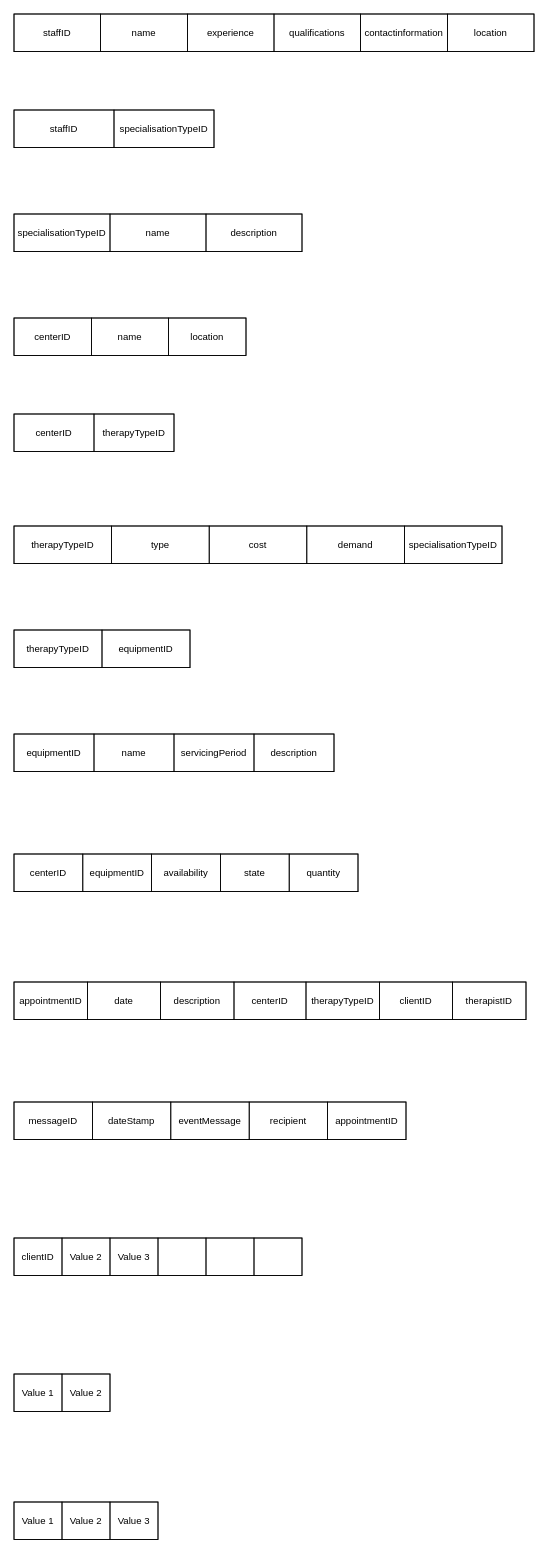
GreenFella/databaseclass keeps this draw.io diagram as RelationalSchemaASS3a.drawio. Above is the earlier version. Source tidied: cells renumbered, new cells numbered last; positions are measured from the earlier drawing's top-left corner, leaving out a move shared by most shapes. Both pictures are drawn from the tidied source at 80%, with x=0, y=0 at pixel (14, 14).
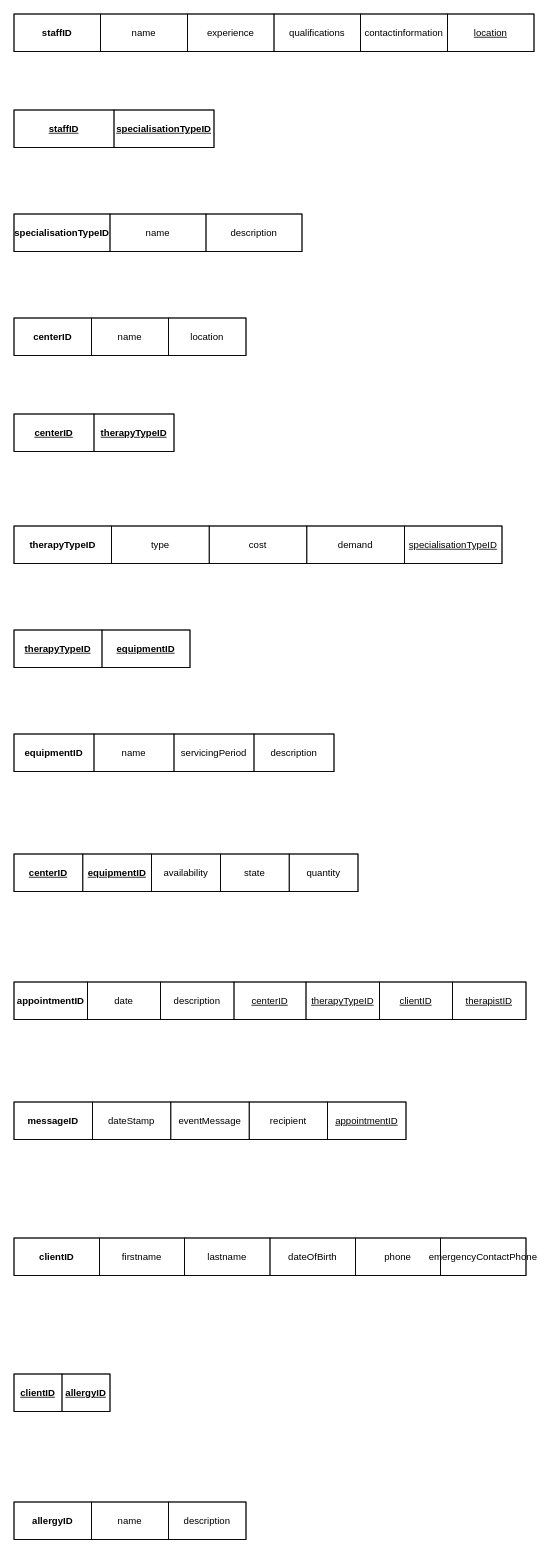
After the change.

The change refers to these unchanged cells:
```xml
<mxCell id="3" style="shape=tableRow;horizontal=0;startSize=0;swimlaneHead=0;swimlaneBody=0;top=0;left=0;bottom=0;right=0;fontStyle=0;fillColor=none;strokeColor=inherit;" parent="2" vertex="1">
  <mxGeometry width="650" height="47" as="geometry" />
</mxCell>
<mxCell id="11" style="shape=tableRow;horizontal=0;startSize=0;swimlaneHead=0;swimlaneBody=0;top=0;left=0;bottom=0;right=0;fontStyle=0;fillColor=none;strokeColor=inherit;" parent="10" vertex="1">
  <mxGeometry width="250" height="47" as="geometry" />
</mxCell>
<mxCell id="15" style="shape=tableRow;horizontal=0;startSize=0;swimlaneHead=0;swimlaneBody=0;top=0;left=0;bottom=0;right=0;fontStyle=0;fillColor=none;strokeColor=inherit;" parent="14" vertex="1">
  <mxGeometry width="360" height="47" as="geometry" />
</mxCell>
<mxCell id="20" style="shape=tableRow;horizontal=0;startSize=0;swimlaneHead=0;swimlaneBody=0;top=0;left=0;bottom=0;right=0;fontStyle=0;fillColor=none;strokeColor=inherit;" parent="19" vertex="1">
  <mxGeometry width="290" height="47" as="geometry" />
</mxCell>
<mxCell id="25" style="shape=tableRow;horizontal=0;startSize=0;swimlaneHead=0;swimlaneBody=0;top=0;left=0;bottom=0;right=0;fontStyle=0;fillColor=none;strokeColor=inherit;" parent="24" vertex="1">
  <mxGeometry width="200" height="47" as="geometry" />
</mxCell>
<mxCell id="29" style="shape=tableRow;horizontal=0;startSize=0;swimlaneHead=0;swimlaneBody=0;top=0;left=0;bottom=0;right=0;fontStyle=0;fillColor=none;strokeColor=inherit;" parent="28" vertex="1">
  <mxGeometry width="610" height="47" as="geometry" />
</mxCell>
<mxCell id="36" style="shape=tableRow;horizontal=0;startSize=0;swimlaneHead=0;swimlaneBody=0;top=0;left=0;bottom=0;right=0;fontStyle=0;fillColor=none;strokeColor=inherit;" parent="35" vertex="1">
  <mxGeometry width="220" height="47" as="geometry" />
</mxCell>
<mxCell id="45" style="shape=tableRow;horizontal=0;startSize=0;swimlaneHead=0;swimlaneBody=0;top=0;left=0;bottom=0;right=0;fontStyle=0;fillColor=none;strokeColor=inherit;" parent="44" vertex="1">
  <mxGeometry width="120" height="47" as="geometry" />
</mxCell>
<mxCell id="49" style="shape=tableRow;horizontal=0;startSize=0;swimlaneHead=0;swimlaneBody=0;top=0;left=0;bottom=0;right=0;fontStyle=0;fillColor=none;strokeColor=inherit;" parent="48" vertex="1">
  <mxGeometry width="400" height="47" as="geometry" />
</mxCell>
<mxCell id="55" style="shape=tableRow;horizontal=0;startSize=0;swimlaneHead=0;swimlaneBody=0;top=0;left=0;bottom=0;right=0;fontStyle=0;fillColor=none;strokeColor=inherit;" parent="54" vertex="1">
  <mxGeometry width="430" height="47" as="geometry" />
</mxCell>
<mxCell id="62" style="shape=tableRow;horizontal=0;startSize=0;swimlaneHead=0;swimlaneBody=0;top=0;left=0;bottom=0;right=0;fontStyle=0;fillColor=none;strokeColor=inherit;" parent="61" vertex="1">
  <mxGeometry width="640" height="47" as="geometry" />
</mxCell>
<mxCell id="71" style="shape=tableRow;horizontal=0;startSize=0;swimlaneHead=0;swimlaneBody=0;top=0;left=0;bottom=0;right=0;fontStyle=0;fillColor=none;strokeColor=inherit;" parent="70" vertex="1">
  <mxGeometry width="490" height="47" as="geometry" />
</mxCell>
```

What changed in the source:
```diff
@@
-    <mxCell id="4" value="staffID" style="strokeColor=inherit;fillColor=none;align=center;whiteSpace=wrap;html=1;" parent="3" vertex="1">
+    <mxCell id="4" value="&lt;b&gt;staffID&lt;/b&gt;" style="strokeColor=inherit;fillColor=none;align=center;whiteSpace=wrap;html=1;" parent="3" vertex="1">
       <mxGeometry width="108" height="47" as="geometry" />
     </mxCell>
@@
-    <mxCell id="9" value="location" style="strokeColor=inherit;fillColor=none;align=center;whiteSpace=wrap;html=1;" parent="3" vertex="1">
+    <mxCell id="9" value="&lt;u&gt;location&lt;/u&gt;" style="strokeColor=inherit;fillColor=none;align=center;whiteSpace=wrap;html=1;" parent="3" vertex="1">
       <mxGeometry x="542" width="108" height="47" as="geometry" />
     </mxCell>
@@
-    <mxCell id="12" value="staffID" style="strokeColor=inherit;fillColor=none;align=center;whiteSpace=wrap;html=1;" parent="11" vertex="1">
+    <mxCell id="12" value="&lt;b&gt;&lt;u&gt;staffID&lt;/u&gt;&lt;/b&gt;" style="strokeColor=inherit;fillColor=none;align=center;whiteSpace=wrap;html=1;" parent="11" vertex="1">
       <mxGeometry width="125" height="47" as="geometry" />
     </mxCell>
-    <mxCell id="13" value="specialisationTypeID" style="strokeColor=inherit;fillColor=none;align=center;whiteSpace=wrap;html=1;" parent="11" vertex="1">
+    <mxCell id="13" value="&lt;b&gt;&lt;u&gt;specialisationTypeID&lt;/u&gt;&lt;/b&gt;" style="strokeColor=inherit;fillColor=none;align=center;whiteSpace=wrap;html=1;" parent="11" vertex="1">
       <mxGeometry x="125" width="125" height="47" as="geometry" />
     </mxCell>
@@
-    <mxCell id="16" value="specialisationTypeID" style="strokeColor=inherit;fillColor=none;align=center;whiteSpace=wrap;html=1;" parent="15" vertex="1">
+    <mxCell id="16" value="&lt;b&gt;specialisationTypeID&lt;/b&gt;" style="strokeColor=inherit;fillColor=none;align=center;whiteSpace=wrap;html=1;" parent="15" vertex="1">
       <mxGeometry width="120" height="47" as="geometry" />
     </mxCell>
@@
-    <mxCell id="21" value="centerID" style="strokeColor=inherit;fillColor=none;align=center;whiteSpace=wrap;html=1;" parent="20" vertex="1">
+    <mxCell id="21" value="&lt;b&gt;centerID&lt;/b&gt;" style="strokeColor=inherit;fillColor=none;align=center;whiteSpace=wrap;html=1;" parent="20" vertex="1">
       <mxGeometry width="97" height="47" as="geometry" />
     </mxCell>
@@
-    <mxCell id="26" value="centerID" style="strokeColor=inherit;fillColor=none;align=center;whiteSpace=wrap;html=1;" parent="25" vertex="1">
+    <mxCell id="26" value="&lt;b&gt;&lt;u&gt;centerID&lt;/u&gt;&lt;/b&gt;" style="strokeColor=inherit;fillColor=none;align=center;whiteSpace=wrap;html=1;" parent="25" vertex="1">
       <mxGeometry width="100" height="47" as="geometry" />
     </mxCell>
-    <mxCell id="27" value="therapyTypeID" style="strokeColor=inherit;fillColor=none;align=center;whiteSpace=wrap;html=1;" parent="25" vertex="1">
+    <mxCell id="27" value="&lt;b&gt;&lt;u&gt;therapyTypeID&lt;/u&gt;&lt;/b&gt;" style="strokeColor=inherit;fillColor=none;align=center;whiteSpace=wrap;html=1;" parent="25" vertex="1">
       <mxGeometry x="100" width="100" height="47" as="geometry" />
     </mxCell>
@@
-    <mxCell id="30" value="therapyTypeID" style="strokeColor=inherit;fillColor=none;align=center;whiteSpace=wrap;html=1;" parent="29" vertex="1">
+    <mxCell id="30" value="&lt;b&gt;therapyTypeID&lt;/b&gt;" style="strokeColor=inherit;fillColor=none;align=center;whiteSpace=wrap;html=1;" parent="29" vertex="1">
       <mxGeometry width="122" height="47" as="geometry" />
     </mxCell>
@@
-    <mxCell id="34" value="specialisationTypeID" style="strokeColor=inherit;fillColor=none;align=center;whiteSpace=wrap;html=1;" parent="29" vertex="1">
+    <mxCell id="34" value="&lt;u&gt;specialisationTypeID&lt;/u&gt;" style="strokeColor=inherit;fillColor=none;align=center;whiteSpace=wrap;html=1;" parent="29" vertex="1">
       <mxGeometry x="488" width="122" height="47" as="geometry" />
     </mxCell>
@@
-    <mxCell id="37" value="therapyTypeID" style="strokeColor=inherit;fillColor=none;align=center;whiteSpace=wrap;html=1;" parent="36" vertex="1">
+    <mxCell id="37" value="&lt;b&gt;&lt;u&gt;therapyTypeID&lt;/u&gt;&lt;/b&gt;" style="strokeColor=inherit;fillColor=none;align=center;whiteSpace=wrap;html=1;" parent="36" vertex="1">
       <mxGeometry width="110" height="47" as="geometry" />
     </mxCell>
-    <mxCell id="38" value="equipmentID" style="strokeColor=inherit;fillColor=none;align=center;whiteSpace=wrap;html=1;" parent="36" vertex="1">
+    <mxCell id="38" value="&lt;b&gt;&lt;u&gt;equipmentID&lt;/u&gt;&lt;/b&gt;" style="strokeColor=inherit;fillColor=none;align=center;whiteSpace=wrap;html=1;" parent="36" vertex="1">
       <mxGeometry x="110" width="110" height="47" as="geometry" />
     </mxCell>
     <mxCell id="39" style="childLayout=tableLayout;shadow=0;fillColor=none;" parent="1" vertex="1">
-      <mxGeometry y="1860" width="180" height="47" as="geometry" />
+      <mxGeometry y="1860" width="290" height="47" as="geometry" />
     </mxCell>
     <mxCell id="40" style="shape=tableRow;horizontal=0;startSize=0;swimlaneHead=0;swimlaneBody=0;top=0;left=0;bottom=0;right=0;fontStyle=0;fillColor=none;strokeColor=inherit;" parent="39" vertex="1">
-      <mxGeometry width="180" height="47" as="geometry" />
+      <mxGeometry width="290" height="47" as="geometry" />
     </mxCell>
-    <mxCell id="41" value="Value 1" style="strokeColor=inherit;fillColor=none;align=center;whiteSpace=wrap;html=1;" parent="40" vertex="1">
-      <mxGeometry width="60" height="47" as="geometry" />
+    <mxCell id="41" value="&lt;b&gt;allergyID&lt;/b&gt;" style="strokeColor=inherit;fillColor=none;align=center;whiteSpace=wrap;html=1;" parent="40" vertex="1">
+      <mxGeometry width="97" height="47" as="geometry" />
     </mxCell>
-    <mxCell id="42" value="Value 2" style="strokeColor=inherit;fillColor=none;align=center;whiteSpace=wrap;html=1;" parent="40" vertex="1">
-      <mxGeometry x="60" width="60" height="47" as="geometry" />
+    <mxCell id="42" value="name" style="strokeColor=inherit;fillColor=none;align=center;whiteSpace=wrap;html=1;" parent="40" vertex="1">
+      <mxGeometry x="97" width="96" height="47" as="geometry" />
     </mxCell>
-    <mxCell id="43" value="Value 3" style="strokeColor=inherit;fillColor=none;align=center;whiteSpace=wrap;html=1;" parent="40" vertex="1">
-      <mxGeometry x="120" width="60" height="47" as="geometry" />
+    <mxCell id="43" value="description" style="strokeColor=inherit;fillColor=none;align=center;whiteSpace=wrap;html=1;" parent="40" vertex="1">
+      <mxGeometry x="193" width="97" height="47" as="geometry" />
     </mxCell>
@@
-    <mxCell id="46" value="Value 1" style="strokeColor=inherit;fillColor=none;align=center;whiteSpace=wrap;html=1;" parent="45" vertex="1">
+    <mxCell id="46" value="&lt;b&gt;&lt;u&gt;clientID&lt;/u&gt;&lt;/b&gt;" style="strokeColor=inherit;fillColor=none;align=center;whiteSpace=wrap;html=1;" parent="45" vertex="1">
       <mxGeometry width="60" height="47" as="geometry" />
     </mxCell>
-    <mxCell id="47" value="Value 2" style="strokeColor=inherit;fillColor=none;align=center;whiteSpace=wrap;html=1;" parent="45" vertex="1">
+    <mxCell id="47" value="&lt;b&gt;&lt;u&gt;allergyID&lt;/u&gt;&lt;/b&gt;" style="strokeColor=inherit;fillColor=none;align=center;whiteSpace=wrap;html=1;" parent="45" vertex="1">
       <mxGeometry x="60" width="60" height="47" as="geometry" />
     </mxCell>
@@
-    <mxCell id="50" value="equipmentID" style="strokeColor=inherit;fillColor=none;align=center;whiteSpace=wrap;html=1;" parent="49" vertex="1">
+    <mxCell id="50" value="&lt;b&gt;equipmentID&lt;/b&gt;" style="strokeColor=inherit;fillColor=none;align=center;whiteSpace=wrap;html=1;" parent="49" vertex="1">
       <mxGeometry width="100" height="47" as="geometry" />
     </mxCell>
@@
-    <mxCell id="56" value="centerID" style="strokeColor=inherit;fillColor=none;align=center;whiteSpace=wrap;html=1;" parent="55" vertex="1">
+    <mxCell id="56" value="&lt;b&gt;&lt;u&gt;centerID&lt;/u&gt;&lt;/b&gt;" style="strokeColor=inherit;fillColor=none;align=center;whiteSpace=wrap;html=1;" parent="55" vertex="1">
       <mxGeometry width="86" height="47" as="geometry" />
     </mxCell>
-    <mxCell id="57" value="equipmentID" style="strokeColor=inherit;fillColor=none;align=center;whiteSpace=wrap;html=1;" parent="55" vertex="1">
+    <mxCell id="57" value="&lt;b&gt;&lt;u&gt;equipmentID&lt;/u&gt;&lt;/b&gt;" style="strokeColor=inherit;fillColor=none;align=center;whiteSpace=wrap;html=1;" parent="55" vertex="1">
       <mxGeometry x="86" width="86" height="47" as="geometry" />
     </mxCell>
@@
-    <mxCell id="63" value="appointmentID" style="strokeColor=inherit;fillColor=none;align=center;whiteSpace=wrap;html=1;" parent="62" vertex="1">
+    <mxCell id="63" value="&lt;b&gt;appointmentID&lt;/b&gt;" style="strokeColor=inherit;fillColor=none;align=center;whiteSpace=wrap;html=1;" parent="62" vertex="1">
       <mxGeometry width="92" height="47" as="geometry" />
     </mxCell>
@@
-    <mxCell id="66" value="centerID" style="strokeColor=inherit;fillColor=none;align=center;whiteSpace=wrap;html=1;" parent="62" vertex="1">
+    <mxCell id="66" value="&lt;u&gt;centerID&lt;/u&gt;" style="strokeColor=inherit;fillColor=none;align=center;whiteSpace=wrap;html=1;" parent="62" vertex="1">
       <mxGeometry x="275" width="90" height="47" as="geometry" />
     </mxCell>
-    <mxCell id="67" value="therapyTypeID" style="strokeColor=inherit;fillColor=none;align=center;whiteSpace=wrap;html=1;" parent="62" vertex="1">
+    <mxCell id="67" value="&lt;u&gt;therapyTypeID&lt;/u&gt;" style="strokeColor=inherit;fillColor=none;align=center;whiteSpace=wrap;html=1;" parent="62" vertex="1">
       <mxGeometry x="365" width="92" height="47" as="geometry" />
     </mxCell>
-    <mxCell id="68" value="clientID" style="strokeColor=inherit;fillColor=none;align=center;whiteSpace=wrap;html=1;" parent="62" vertex="1">
+    <mxCell id="68" value="&lt;u&gt;clientID&lt;/u&gt;" style="strokeColor=inherit;fillColor=none;align=center;whiteSpace=wrap;html=1;" parent="62" vertex="1">
       <mxGeometry x="457" width="91" height="47" as="geometry" />
     </mxCell>
-    <mxCell id="69" value="therapistID" style="strokeColor=inherit;fillColor=none;align=center;whiteSpace=wrap;html=1;" parent="62" vertex="1">
+    <mxCell id="69" value="&lt;u&gt;therapistID&lt;/u&gt;" style="strokeColor=inherit;fillColor=none;align=center;whiteSpace=wrap;html=1;" parent="62" vertex="1">
       <mxGeometry x="548" width="92" height="47" as="geometry" />
     </mxCell>
@@
-    <mxCell id="72" value="messageID" style="strokeColor=inherit;fillColor=none;align=center;whiteSpace=wrap;html=1;" parent="71" vertex="1">
+    <mxCell id="72" value="&lt;b&gt;messageID&lt;/b&gt;" style="strokeColor=inherit;fillColor=none;align=center;whiteSpace=wrap;html=1;" parent="71" vertex="1">
       <mxGeometry width="98" height="47" as="geometry" />
     </mxCell>
@@
-    <mxCell id="76" value="appointmentID" style="strokeColor=inherit;fillColor=none;align=center;whiteSpace=wrap;html=1;" parent="71" vertex="1">
+    <mxCell id="76" value="&lt;u&gt;appointmentID&lt;/u&gt;" style="strokeColor=inherit;fillColor=none;align=center;whiteSpace=wrap;html=1;" parent="71" vertex="1">
       <mxGeometry x="392" width="98" height="47" as="geometry" />
     </mxCell>
     <mxCell id="77" style="childLayout=tableLayout;shadow=0;fillColor=none;" parent="1" vertex="1">
-      <mxGeometry y="1530" width="360" height="47" as="geometry" />
+      <mxGeometry y="1530" width="640" height="47" as="geometry" />
     </mxCell>
     <mxCell id="78" style="shape=tableRow;horizontal=0;startSize=0;swimlaneHead=0;swimlaneBody=0;top=0;left=0;bottom=0;right=0;fontStyle=0;fillColor=none;strokeColor=inherit;" parent="77" vertex="1">
-      <mxGeometry width="360" height="47" as="geometry" />
+      <mxGeometry width="640" height="47" as="geometry" />
     </mxCell>
-    <mxCell id="79" value="clientID" style="strokeColor=inherit;fillColor=none;align=center;whiteSpace=wrap;html=1;" parent="78" vertex="1">
-      <mxGeometry width="60" height="47" as="geometry" />
+    <mxCell id="79" value="&lt;b&gt;clientID&lt;/b&gt;" style="strokeColor=inherit;fillColor=none;align=center;whiteSpace=wrap;html=1;" parent="78" vertex="1">
+      <mxGeometry width="107" height="47" as="geometry" />
     </mxCell>
-    <mxCell id="80" value="Value 2" style="strokeColor=inherit;fillColor=none;align=center;whiteSpace=wrap;html=1;" parent="78" vertex="1">
-      <mxGeometry x="60" width="60" height="47" as="geometry" />
+    <mxCell id="80" value="firstname" style="strokeColor=inherit;fillColor=none;align=center;whiteSpace=wrap;html=1;" parent="78" vertex="1">
+      <mxGeometry x="107" width="106" height="47" as="geometry" />
     </mxCell>
-    <mxCell id="81" value="Value 3" style="strokeColor=inherit;fillColor=none;align=center;whiteSpace=wrap;html=1;" parent="78" vertex="1">
-      <mxGeometry x="120" width="60" height="47" as="geometry" />
+    <mxCell id="81" value="lastname" style="strokeColor=inherit;fillColor=none;align=center;whiteSpace=wrap;html=1;" parent="78" vertex="1">
+      <mxGeometry x="213" width="107" height="47" as="geometry" />
     </mxCell>
-    <mxCell id="82" style="strokeColor=inherit;fillColor=none;align=center;whiteSpace=wrap;html=1;" parent="78" vertex="1">
-      <mxGeometry x="180" width="60" height="47" as="geometry" />
+    <mxCell id="82" value="dateOfBirth" style="strokeColor=inherit;fillColor=none;align=center;whiteSpace=wrap;html=1;" parent="78" vertex="1">
+      <mxGeometry x="320" width="107" height="47" as="geometry" />
     </mxCell>
-    <mxCell id="83" style="strokeColor=inherit;fillColor=none;align=center;whiteSpace=wrap;html=1;" parent="78" vertex="1">
-      <mxGeometry x="240" width="60" height="47" as="geometry" />
+    <mxCell id="83" value="phone" style="strokeColor=inherit;fillColor=none;align=center;whiteSpace=wrap;html=1;" parent="78" vertex="1">
+      <mxGeometry x="427" width="106" height="47" as="geometry" />
     </mxCell>
-    <mxCell id="84" style="strokeColor=inherit;fillColor=none;align=center;whiteSpace=wrap;html=1;" parent="78" vertex="1">
-      <mxGeometry x="300" width="60" height="47" as="geometry" />
+    <mxCell id="84" value="emergencyContactPhone" style="strokeColor=inherit;fillColor=none;align=center;whiteSpace=wrap;html=1;" parent="78" vertex="1">
+      <mxGeometry x="533" width="107" height="47" as="geometry" />
     </mxCell>
```
